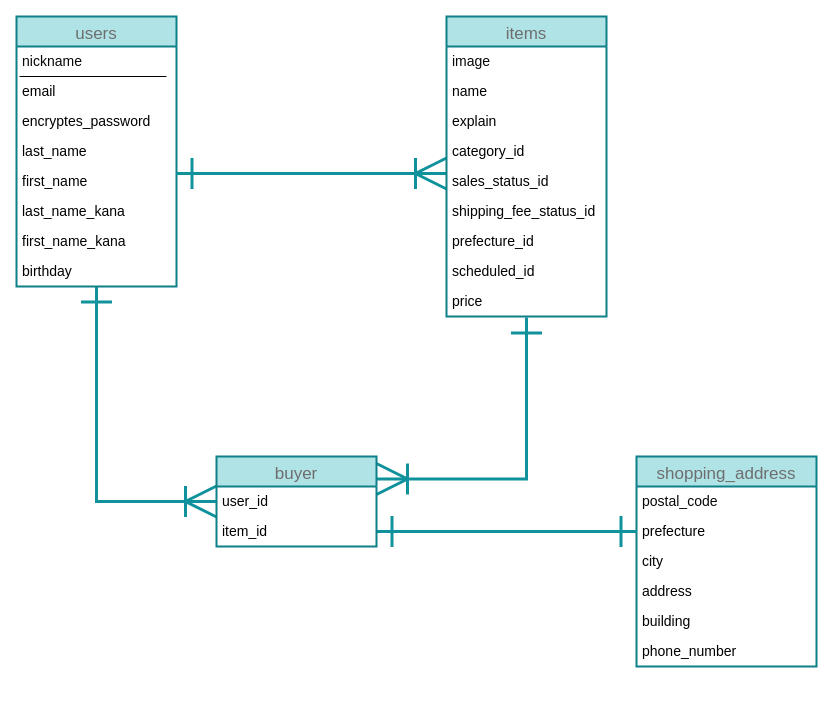
Before: furima.dio in Ioa-041/furima-30559, a draw.io diagram. Source tidied: cells renumbered, new cells numbered last; positions are measured from the earlier drawing's top-left corner, leaving out a move shared by most shapes. Both pictures are drawn from the tidied source at 100%, with x=0, y=0 at pixel (16, 16).
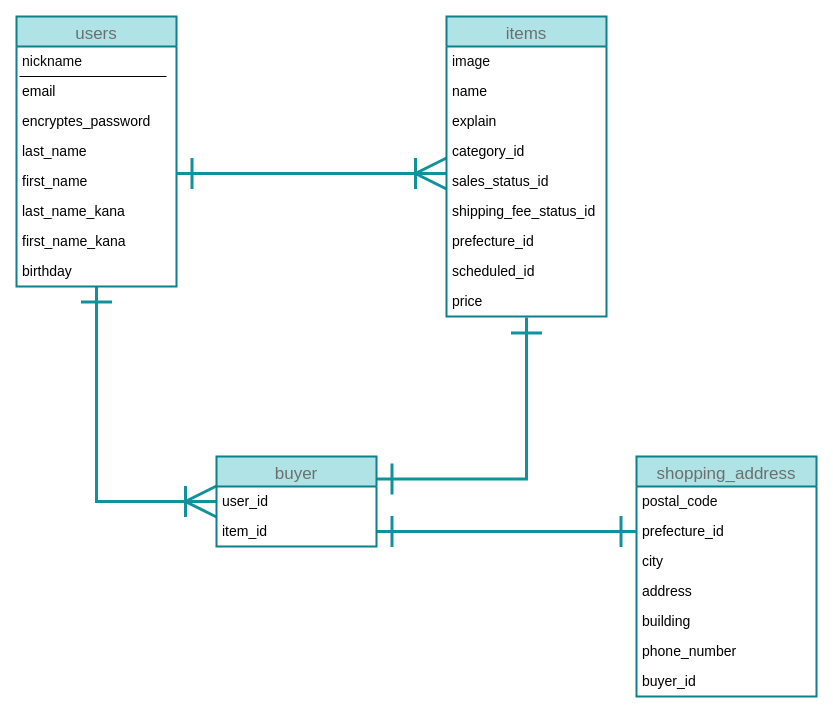
The same diagram, later.

Commit message (it also covers changes not shown here):
shopping_addressesテーブルにbuyersテーブルの外部キーカラム追加

Unchanged cells that the change refers to:
```xml
<mxCell id="32" value="price" style="text;strokeColor=none;fillColor=none;spacingLeft=4;spacingRight=4;overflow=hidden;points=[[0,0.5],[1,0.5]];portConstraint=eastwest;fontSize=14;fontColor=#000000;" parent="23" vertex="1">
  <mxGeometry y="270" width="160" height="30" as="geometry" />
</mxCell>
<mxCell id="33" value="buyer" style="swimlane;fontStyle=0;horizontal=1;startSize=30;align=center;fontSize=17;strokeColor=#0e8088;labelBackgroundColor=none;fillColor=#b0e3e6;fontColor=#6E6E6E;strokeWidth=2;labelBorderColor=none;" parent="1" vertex="1">
  <mxGeometry x="200" y="440" width="160" height="90" as="geometry" />
</mxCell>
```

Change to the diagram source:
```diff
@@
-    <mxCell id="13" style="edgeStyle=orthogonalEdgeStyle;rounded=0;jettySize=auto;html=1;fontColor=#6E6E6E;endArrow=ERoneToMany;endFill=0;strokeWidth=3;targetPerimeterSpacing=0;endSize=27;fillColor=#b0e3e6;strokeColor=#10929C;exitX=0.5;exitY=1.033;exitDx=0;exitDy=0;exitPerimeter=0;entryX=1;entryY=0.25;entryDx=0;entryDy=0;startArrow=ERone;startFill=0;startSize=27;" parent="1" edge="1" source="32" target="33">
+    <mxCell id="13" style="edgeStyle=orthogonalEdgeStyle;rounded=0;jettySize=auto;html=1;fontColor=#6E6E6E;endArrow=ERone;endFill=0;strokeWidth=3;targetPerimeterSpacing=0;endSize=27;fillColor=#b0e3e6;strokeColor=#10929C;exitX=0.5;exitY=1.033;exitDx=0;exitDy=0;exitPerimeter=0;entryX=1;entryY=0.25;entryDx=0;entryDy=0;startArrow=ERone;startFill=0;startSize=27;" parent="1" edge="1" source="32" target="33">
       <mxGeometry relative="1" as="geometry">
         <Array as="points">
           <mxPoint x="510" y="463" />
         </Array>
       </mxGeometry>
     </mxCell>
@@
     <mxCell id="15" value="shopping_address" style="swimlane;fontStyle=0;horizontal=1;startSize=30;align=center;fontSize=17;strokeColor=#0e8088;labelBackgroundColor=none;fillColor=#b0e3e6;fontColor=#6E6E6E;strokeWidth=2;labelBorderColor=none;" parent="1" vertex="1">
-      <mxGeometry x="620" y="440" width="180" height="210" as="geometry" />
+      <mxGeometry x="620" y="440" width="180" height="240" as="geometry" />
     </mxCell>
@@
-    <mxCell id="17" value="prefecture" style="text;strokeColor=none;fillColor=none;spacingLeft=4;spacingRight=4;overflow=hidden;points=[[0,0.5],[1,0.5]];portConstraint=eastwest;fontSize=14;fontColor=#000000;" parent="15" vertex="1">
+    <mxCell id="17" value="prefecture_id" style="text;strokeColor=none;fillColor=none;spacingLeft=4;spacingRight=4;overflow=hidden;points=[[0,0.5],[1,0.5]];portConstraint=eastwest;fontSize=14;fontColor=#000000;" parent="15" vertex="1">
       <mxGeometry y="60" width="180" height="30" as="geometry" />
     </mxCell>
@@
+    <mxCell id="36" value="buyer_id" style="text;strokeColor=none;fillColor=none;spacingLeft=4;spacingRight=4;overflow=hidden;fontSize=14;fontColor=#000000;" parent="15" vertex="1">
+      <mxGeometry y="210" width="180" height="30" as="geometry" />
+    </mxCell>
```
